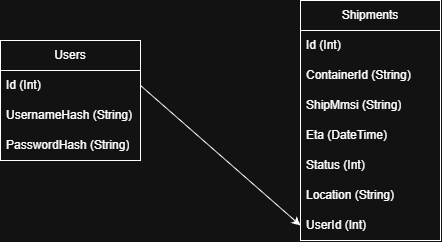
Earlier version of the draw.io export Documentation/Charts/ShipmentTrackingDB.drawio.png (Timanttiso/ShipmentTracking). Source tidied: cells renumbered, new cells last; positions are measured from the earlier drawing's top-left corner, leaving out a move shared by most shapes.
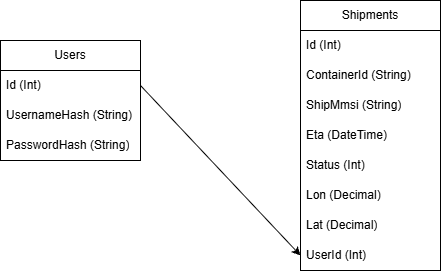
Later version of the same file.

What changed in the source:
```diff
@@ -3,7 +3,7 @@
     <mxCell id="0" />
     <mxCell id="1" parent="0" />
     <mxCell id="2" value="Shipments" style="swimlane;fontStyle=0;horizontal=1;startSize=30;whiteSpace=wrap;html=1;" parent="1" vertex="1">
-      <mxGeometry x="300" width="140" height="240" as="geometry" />
+      <mxGeometry x="300" width="140" height="270" as="geometry" />
     </mxCell>
     <mxCell id="3" value="Id (Int)" style="text;strokeColor=none;fillColor=none;align=left;verticalAlign=middle;spacingLeft=4;spacingRight=4;overflow=hidden;whiteSpace=wrap;html=1;" parent="2" vertex="1">
       <mxGeometry y="30" width="140" height="30" as="geometry" />
@@ -20,11 +20,14 @@
     <mxCell id="7" value="Status (Int)" style="text;strokeColor=none;fillColor=none;align=left;verticalAlign=middle;spacingLeft=4;spacingRight=4;overflow=hidden;whiteSpace=wrap;html=1;" parent="2" vertex="1">
       <mxGeometry y="150" width="140" height="30" as="geometry" />
     </mxCell>
-    <mxCell id="8" value="Location (String)" style="text;strokeColor=none;fillColor=none;align=left;verticalAlign=middle;spacingLeft=4;spacingRight=4;overflow=hidden;whiteSpace=wrap;html=1;" parent="2" vertex="1">
+    <mxCell id="8" value="Lon (Decimal)" style="text;strokeColor=none;fillColor=none;align=left;verticalAlign=middle;spacingLeft=4;spacingRight=4;overflow=hidden;whiteSpace=wrap;html=1;" parent="2" vertex="1">
       <mxGeometry y="180" width="140" height="30" as="geometry" />
     </mxCell>
+    <mxCell id="15" value="Lat (Decimal)" style="text;strokeColor=none;fillColor=none;align=left;verticalAlign=middle;spacingLeft=4;spacingRight=4;overflow=hidden;whiteSpace=wrap;html=1;" parent="2" vertex="1">
+      <mxGeometry y="210" width="140" height="30" as="geometry" />
+    </mxCell>
     <mxCell id="9" value="UserId (Int)" style="text;strokeColor=none;fillColor=none;align=left;verticalAlign=middle;spacingLeft=4;spacingRight=4;overflow=hidden;points=[[0,0.5],[1,0.5]];portConstraint=eastwest;whiteSpace=wrap;html=1;" parent="2" vertex="1">
-      <mxGeometry y="210" width="140" height="30" as="geometry" />
+      <mxGeometry y="240" width="140" height="30" as="geometry" />
     </mxCell>
     <mxCell id="10" value="Users" style="swimlane;fontStyle=0;horizontal=1;startSize=30;whiteSpace=wrap;html=1;" parent="1" vertex="1">
       <mxGeometry y="40" width="140" height="120" as="geometry" />
```
